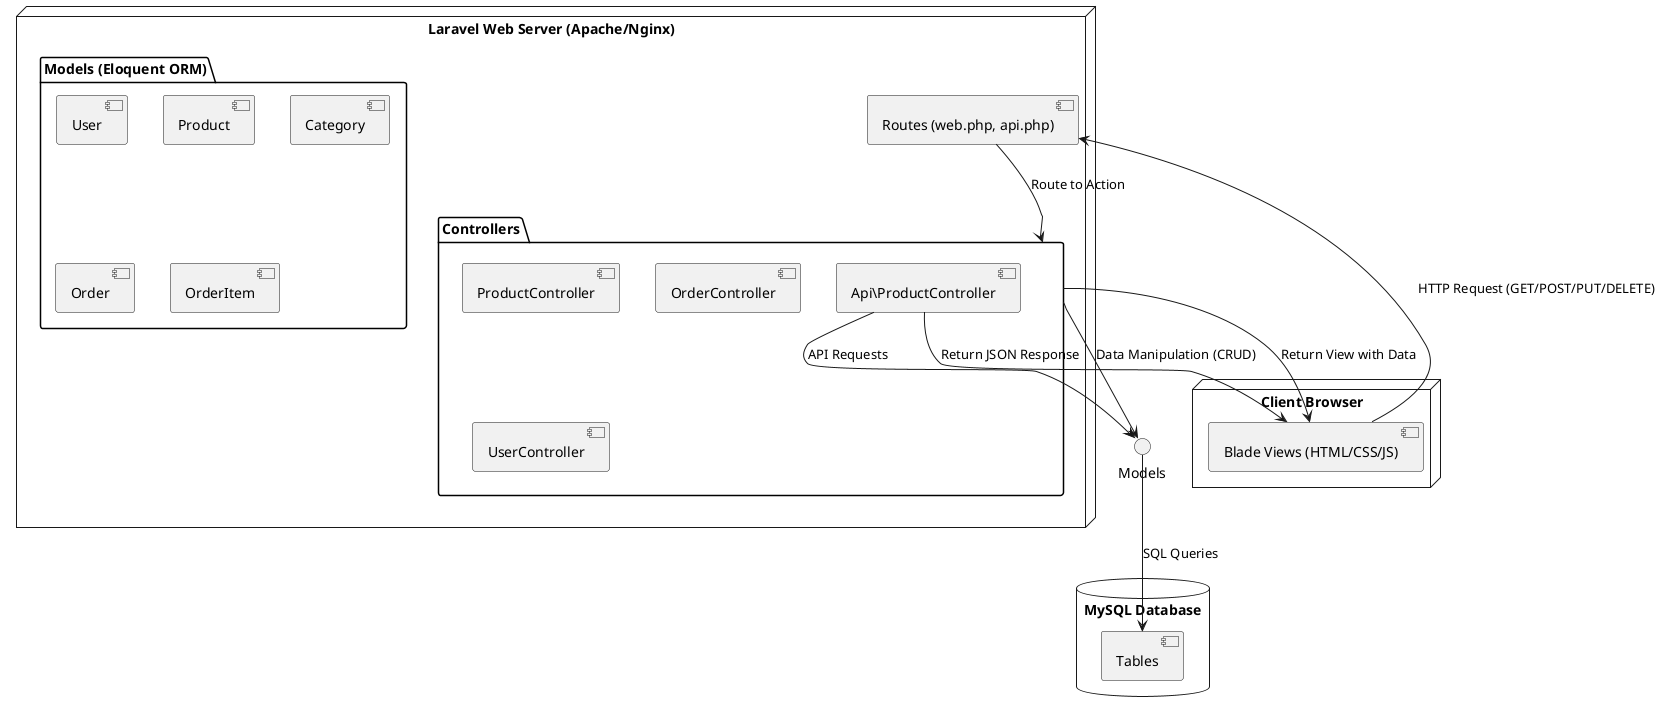
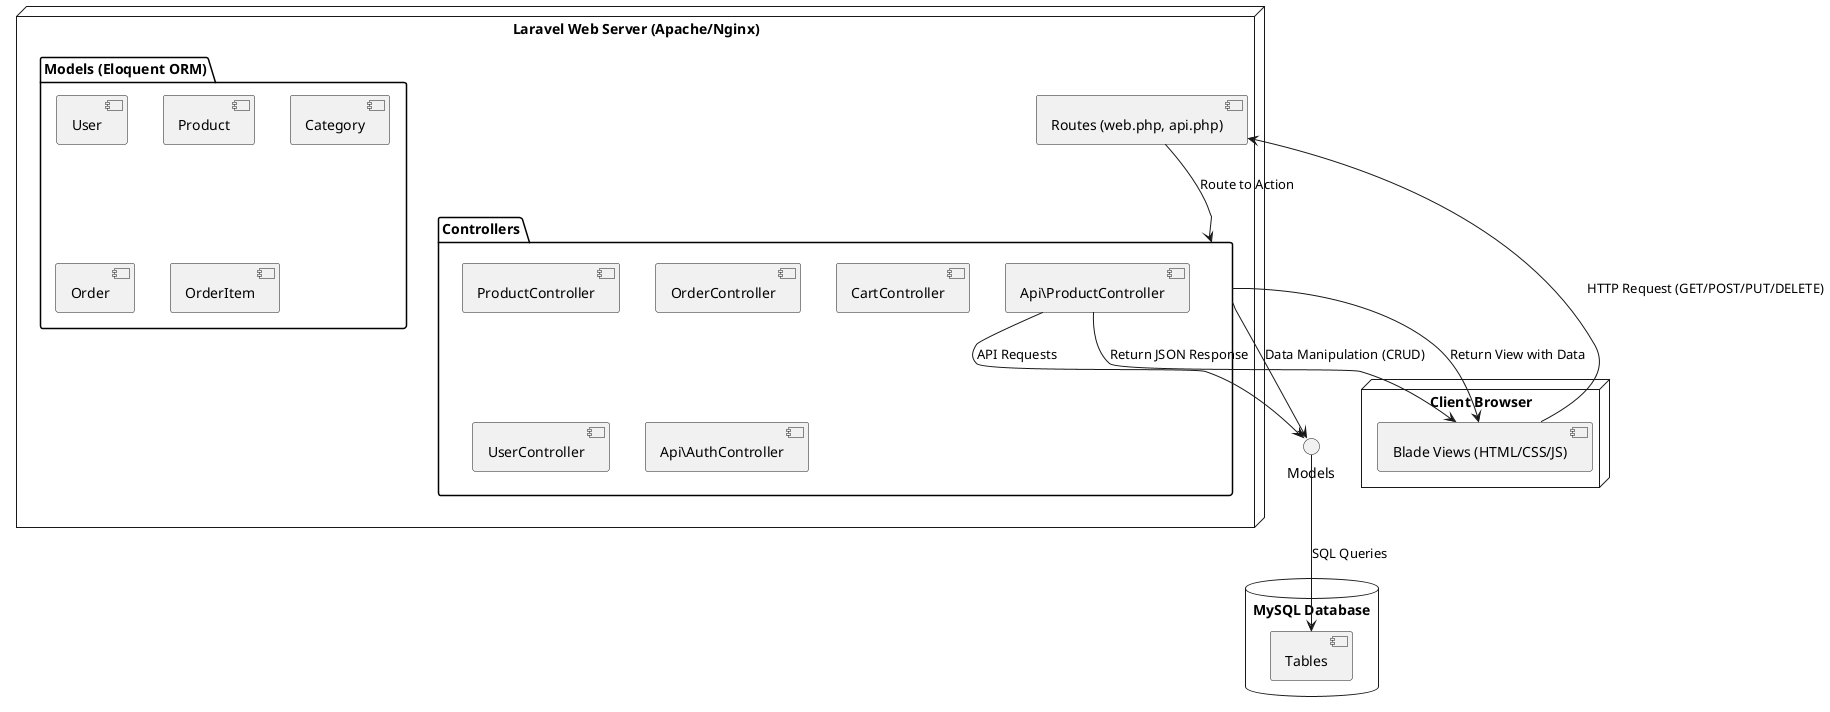
@startuml
node "Client Browser" {
  [Blade Views (HTML/CSS/JS)] as views
}

node "Laravel Web Server (Apache/Nginx)" {
  [Routes (web.php, api.php)] as routes

  package "Controllers" {
    [ProductController]
    [OrderController]
+     [CartController]
    [UserController]
    [Api\\ProductController]
+     [Api\\AuthController]
  }

  package "Models (Eloquent ORM)" {
    [User]
    [Product]
    [Category]
    [Order]
    [OrderItem]
  }
}

database "MySQL Database" {
  [Tables]
}

views --> routes : HTTP Request (GET/POST/PUT/DELETE)
routes --> Controllers : Route to Action
Controllers --> Models : Data Manipulation (CRUD)
Models --> [Tables] : SQL Queries
Controllers --> views : Return View with Data
[Api\\ProductController] --> Models : API Requests
[Api\\ProductController] --> views : Return JSON Response

@enduml
